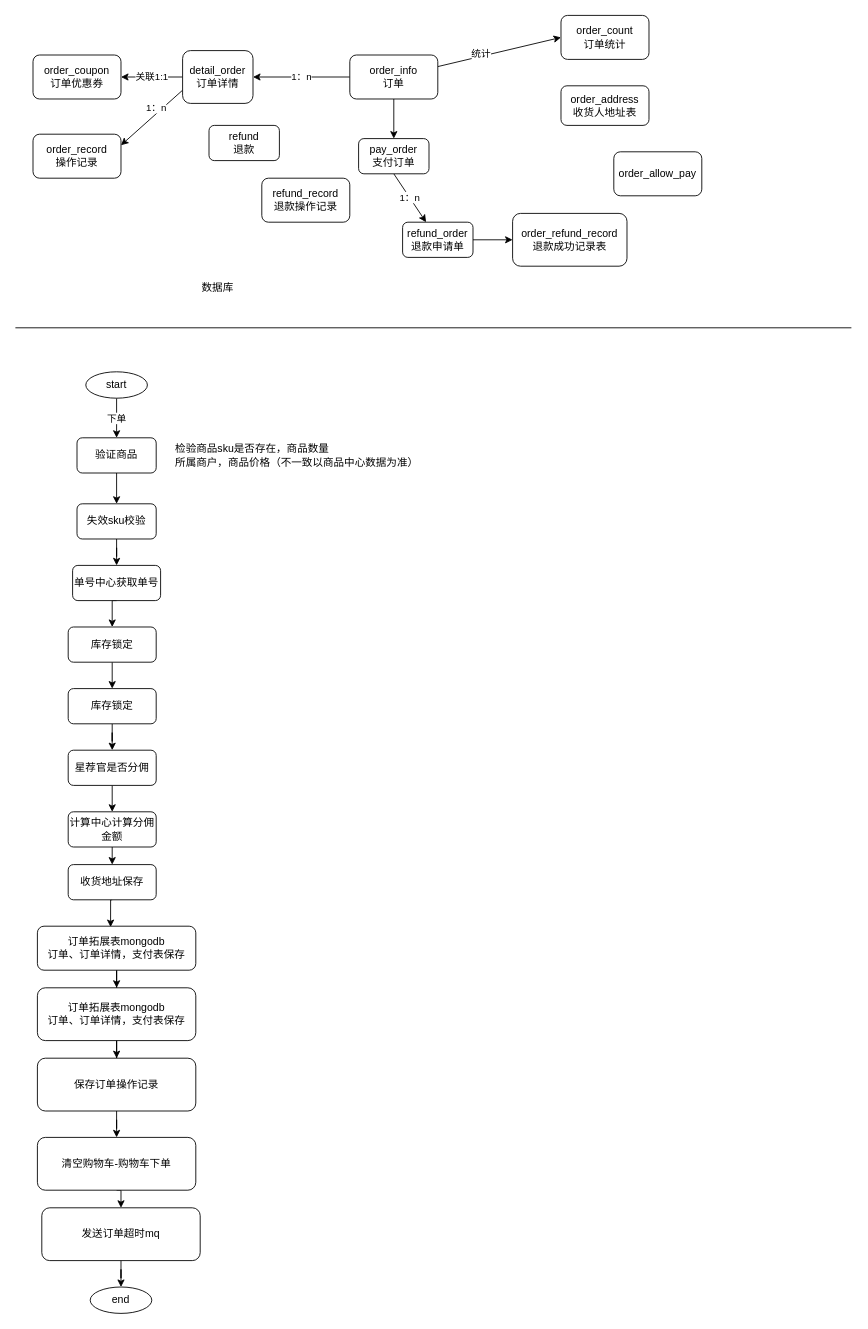
Before: work/order-center.drawio in yoghurt326/Myprocess, a draw.io diagram. Source tidied: cells renumbered, new cells numbered last; positions are measured from the earlier drawing's top-left corner, leaving out a move shared by most shapes. Both pictures are drawn from the tidied source at 88%, with x=0, y=0 at pixel (15, 15).
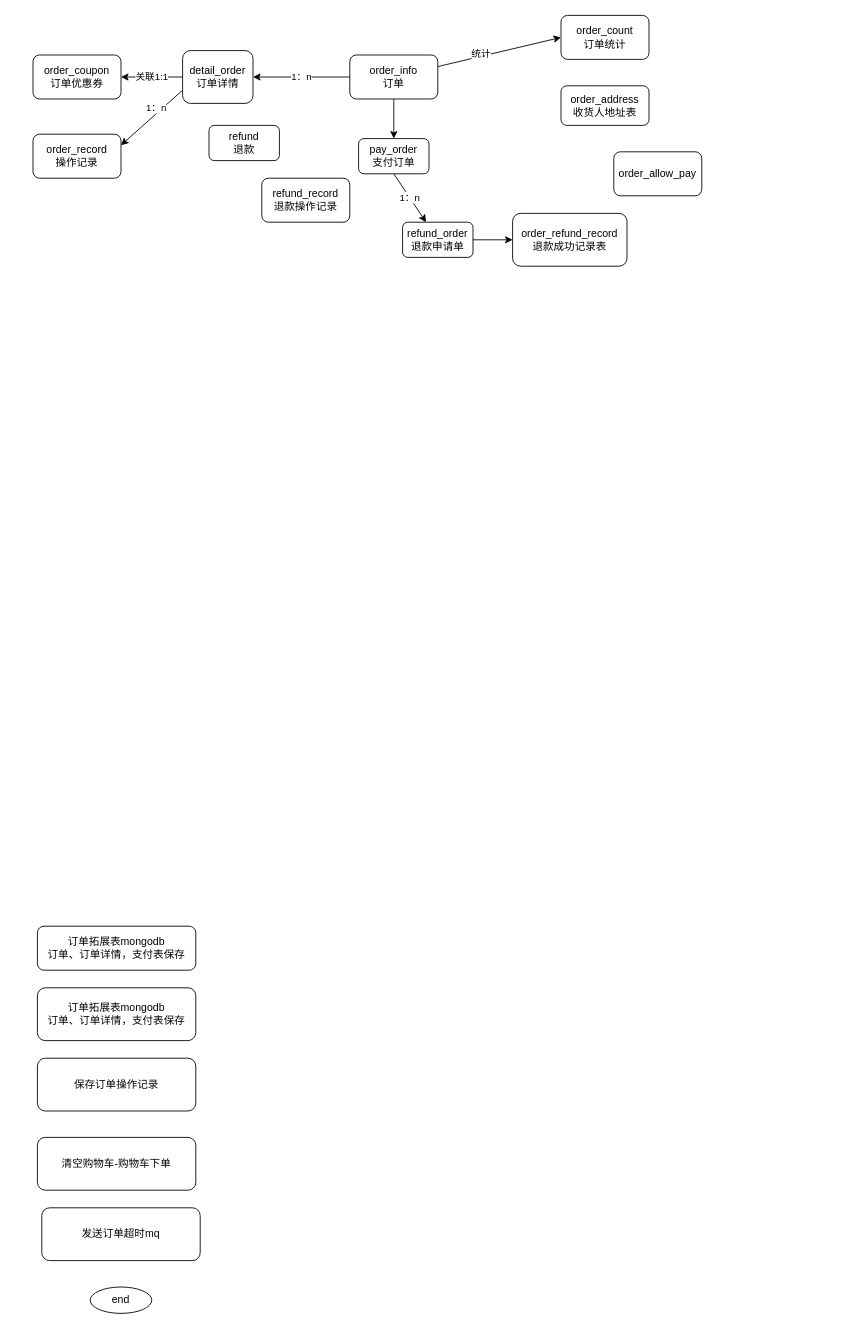
After the change.

Unchanged cells that the change refers to:
```xml
<mxCell id="44" value="订单拓展表mongodb&lt;br&gt;订单、订单详情，支付表保存" style="rounded=1;whiteSpace=wrap;html=1;" parent="1" vertex="1">
  <mxGeometry x="25" y="1035" width="180" height="50" as="geometry" />
</mxCell>
<mxCell id="46" value="订单拓展表mongodb&lt;br&gt;订单、订单详情，支付表保存" style="rounded=1;whiteSpace=wrap;html=1;" parent="1" vertex="1">
  <mxGeometry x="25" y="1105" width="180" height="60" as="geometry" />
</mxCell>
<mxCell id="48" value="保存订单操作记录" style="rounded=1;whiteSpace=wrap;html=1;" parent="1" vertex="1">
  <mxGeometry x="25" y="1185" width="180" height="60" as="geometry" />
</mxCell>
<mxCell id="50" value="清空购物车-购物车下单" style="rounded=1;whiteSpace=wrap;html=1;" parent="1" vertex="1">
  <mxGeometry x="25" y="1275" width="180" height="60" as="geometry" />
</mxCell>
<mxCell id="52" value="发送订单超时mq" style="rounded=1;whiteSpace=wrap;html=1;" parent="1" vertex="1">
  <mxGeometry x="30" y="1355" width="180" height="60" as="geometry" />
</mxCell>
<mxCell id="53" value="end" style="ellipse;whiteSpace=wrap;html=1;" parent="1" vertex="1">
  <mxGeometry x="85" y="1445" width="70" height="30" as="geometry" />
</mxCell>
```

What changed in the source:
```diff
@@
-    <mxCell id="22" style="endArrow=none;html=1;rounded=0;" parent="1" edge="1">
-      <mxGeometry relative="1" as="geometry">
-        <mxPoint y="355" as="sourcePoint" />
-        <mxPoint x="950" y="355" as="targetPoint" />
-      </mxGeometry>
-    </mxCell>
-    <mxCell id="23" value="数据库" style="text;html=1;strokeColor=none;fillColor=none;align=center;verticalAlign=middle;whiteSpace=wrap;rounded=0;" parent="1" vertex="1">
-      <mxGeometry x="200" y="295" width="60" height="30" as="geometry" />
-    </mxCell>
-    <mxCell id="24" value="下单" style="edgeStyle=orthogonalEdgeStyle;rounded=0;jettySize=auto;html=1;exitX=0.5;exitY=1;exitDx=0;exitDy=0;" parent="1" edge="1" source="25" target="27">
-      <mxGeometry relative="1" as="geometry" />
-    </mxCell>
-    <mxCell id="25" value="start&lt;br&gt;" style="ellipse;whiteSpace=wrap;html=1;" parent="1" vertex="1">
-      <mxGeometry x="80" y="405" width="70" height="30" as="geometry" />
-    </mxCell>
-    <mxCell id="26" style="edgeStyle=orthogonalEdgeStyle;rounded=0;jettySize=auto;html=1;exitX=0.5;exitY=1;exitDx=0;exitDy=0;entryX=0.5;entryY=0;entryDx=0;entryDy=0;" parent="1" edge="1" source="27" target="30">
-      <mxGeometry relative="1" as="geometry" />
-    </mxCell>
-    <mxCell id="27" value="验证商品" style="rounded=1;whiteSpace=wrap;html=1;" parent="1" vertex="1">
-      <mxGeometry x="70" y="480" width="90" height="40" as="geometry" />
-    </mxCell>
-    <mxCell id="28" value="&lt;div style=&quot;text-align: justify&quot;&gt;&lt;span&gt;检验商品sku是否存在，商品数量&lt;/span&gt;&lt;/div&gt;&lt;div style=&quot;text-align: justify&quot;&gt;&lt;span&gt;所属商户，商品价格（不一致以商品中心数据为准）&lt;/span&gt;&lt;/div&gt;" style="text;html=1;align=left;verticalAlign=middle;strokeColor=none;fillColor=none;" parent="1" vertex="1">
-      <mxGeometry x="180" y="485" width="290" height="30" as="geometry" />
-    </mxCell>
-    <mxCell id="29" style="edgeStyle=orthogonalEdgeStyle;rounded=0;jettySize=auto;html=1;exitX=0.5;exitY=1;exitDx=0;exitDy=0;" parent="1" edge="1" source="30" target="32">
-      <mxGeometry relative="1" as="geometry" />
-    </mxCell>
-    <mxCell id="30" value="失效sku校验" style="rounded=1;whiteSpace=wrap;html=1;" parent="1" vertex="1">
-      <mxGeometry x="70" y="555" width="90" height="40" as="geometry" />
-    </mxCell>
-    <mxCell id="31" style="edgeStyle=orthogonalEdgeStyle;rounded=0;jettySize=auto;html=1;exitX=0.5;exitY=1;exitDx=0;exitDy=0;entryX=0.5;entryY=0;entryDx=0;entryDy=0;" parent="1" edge="1" source="32" target="34">
-      <mxGeometry relative="1" as="geometry" />
-    </mxCell>
-    <mxCell id="32" value="单号中心获取单号" style="rounded=1;whiteSpace=wrap;html=1;" parent="1" vertex="1">
-      <mxGeometry x="65" y="625" width="100" height="40" as="geometry" />
-    </mxCell>
-    <mxCell id="33" style="edgeStyle=orthogonalEdgeStyle;rounded=0;jettySize=auto;html=1;exitX=0.5;exitY=1;exitDx=0;exitDy=0;entryX=0.5;entryY=0;entryDx=0;entryDy=0;" parent="1" edge="1" source="34" target="36">
-      <mxGeometry relative="1" as="geometry" />
-    </mxCell>
-    <mxCell id="34" value="库存锁定" style="rounded=1;whiteSpace=wrap;html=1;" parent="1" vertex="1">
-      <mxGeometry x="60" y="695" width="100" height="40" as="geometry" />
-    </mxCell>
-    <mxCell id="35" style="edgeStyle=orthogonalEdgeStyle;rounded=0;jettySize=auto;html=1;exitX=0.5;exitY=1;exitDx=0;exitDy=0;" parent="1" edge="1" source="36" target="38">
-      <mxGeometry relative="1" as="geometry" />
-    </mxCell>
-    <mxCell id="36" value="库存锁定" style="rounded=1;whiteSpace=wrap;html=1;" parent="1" vertex="1">
-      <mxGeometry x="60" y="765" width="100" height="40" as="geometry" />
-    </mxCell>
-    <mxCell id="37" style="edgeStyle=orthogonalEdgeStyle;rounded=0;jettySize=auto;html=1;" parent="1" edge="1" source="38">
-      <mxGeometry relative="1" as="geometry">
-        <mxPoint x="110" y="905" as="targetPoint" />
-      </mxGeometry>
-    </mxCell>
-    <mxCell id="38" value="星荐官是否分佣" style="rounded=1;whiteSpace=wrap;html=1;" parent="1" vertex="1">
-      <mxGeometry x="60" y="835" width="100" height="40" as="geometry" />
-    </mxCell>
-    <mxCell id="39" style="edgeStyle=orthogonalEdgeStyle;rounded=0;jettySize=auto;html=1;exitX=0.5;exitY=1;exitDx=0;exitDy=0;entryX=0.5;entryY=0;entryDx=0;entryDy=0;" parent="1" edge="1" source="40" target="42">
-      <mxGeometry relative="1" as="geometry" />
-    </mxCell>
-    <mxCell id="40" value="计算中心计算分佣金额" style="rounded=1;whiteSpace=wrap;html=1;" parent="1" vertex="1">
-      <mxGeometry x="60" y="905" width="100" height="40" as="geometry" />
-    </mxCell>
-    <mxCell id="41" style="edgeStyle=orthogonalEdgeStyle;rounded=0;jettySize=auto;html=1;exitX=0.5;exitY=1;exitDx=0;exitDy=0;entryX=0.462;entryY=0.02;entryDx=0;entryDy=0;entryPerimeter=0;" parent="1" edge="1" source="42" target="44">
-      <mxGeometry relative="1" as="geometry" />
-    </mxCell>
-    <mxCell id="42" value="收货地址保存" style="rounded=1;whiteSpace=wrap;html=1;" parent="1" vertex="1">
-      <mxGeometry x="60" y="965" width="100" height="40" as="geometry" />
-    </mxCell>
-    <mxCell id="43" style="edgeStyle=orthogonalEdgeStyle;rounded=0;jettySize=auto;html=1;exitX=0.5;exitY=1;exitDx=0;exitDy=0;" parent="1" edge="1" source="44" target="46">
-      <mxGeometry relative="1" as="geometry" />
-    </mxCell>
@@
-    <mxCell id="45" style="edgeStyle=orthogonalEdgeStyle;rounded=0;jettySize=auto;html=1;exitX=0.5;exitY=1;exitDx=0;exitDy=0;" parent="1" edge="1" source="46" target="48">
-      <mxGeometry relative="1" as="geometry" />
-    </mxCell>
@@
-    <mxCell id="47" style="edgeStyle=orthogonalEdgeStyle;rounded=0;jettySize=auto;html=1;exitX=0.5;exitY=1;exitDx=0;exitDy=0;" parent="1" edge="1" source="48" target="50">
-      <mxGeometry relative="1" as="geometry" />
-    </mxCell>
@@
-    <mxCell id="49" style="edgeStyle=orthogonalEdgeStyle;rounded=0;jettySize=auto;html=1;exitX=0.5;exitY=1;exitDx=0;exitDy=0;entryX=0.5;entryY=0;entryDx=0;entryDy=0;" parent="1" edge="1" source="50" target="52">
-      <mxGeometry relative="1" as="geometry" />
-    </mxCell>
@@
-    <mxCell id="51" style="edgeStyle=orthogonalEdgeStyle;rounded=0;jettySize=auto;html=1;exitX=0.5;exitY=1;exitDx=0;exitDy=0;" parent="1" edge="1" source="52" target="53">
-      <mxGeometry relative="1" as="geometry" />
-    </mxCell>
```
